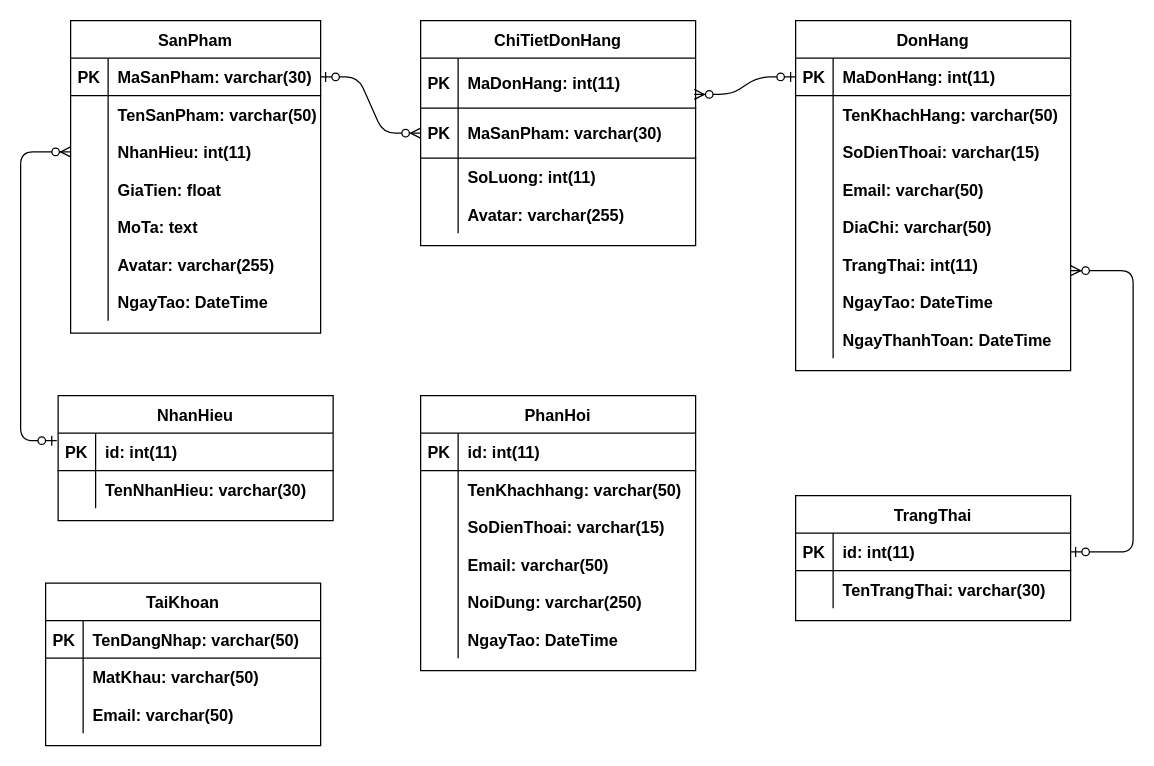
This is page "Lop" (9 of 23) of abc.drawio from TuanAnhVH/tv, a draw.io file, before an edit. Source tidied: cells renumbered, new cells numbered last; positions are measured from the earlier drawing's top-left corner, leaving out a move shared by most shapes. Both pictures are drawn from the tidied source at 125%, with x=0, y=0 at pixel (20, 20).
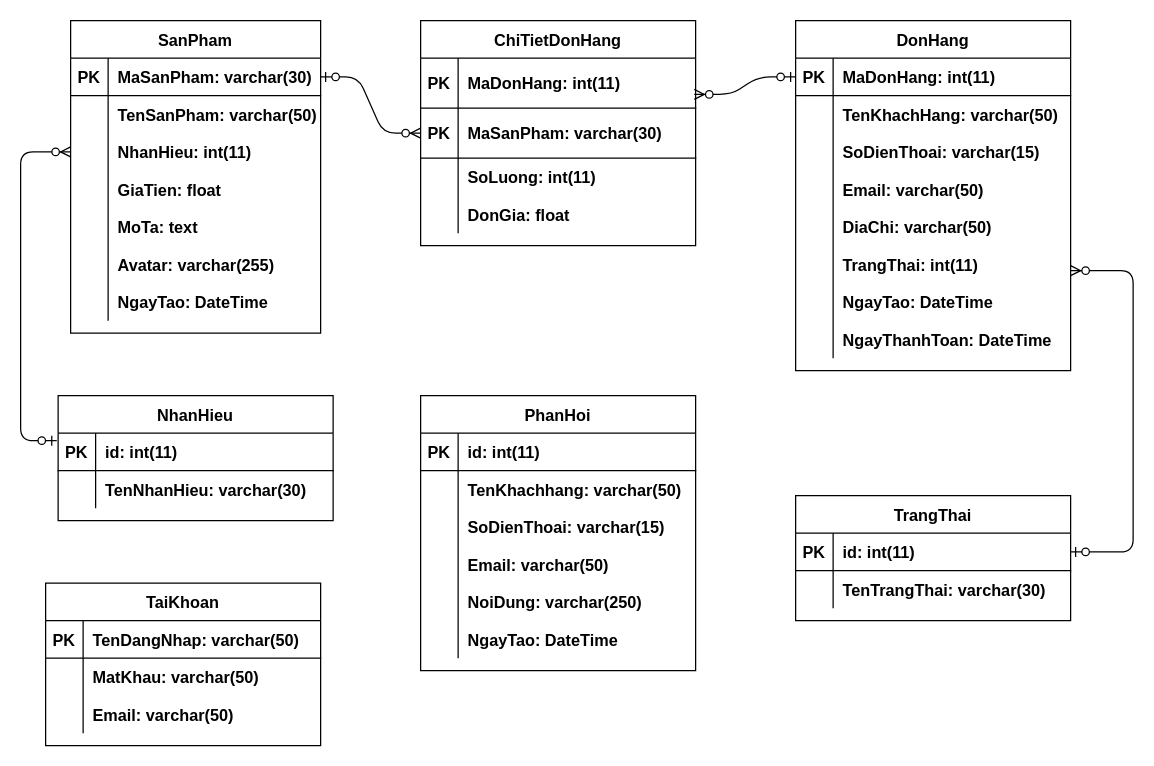
The same diagram, later.

The change refers to these unchanged cells:
```xml
<mxCell id="34" style="shape=partialRectangle;fillColor=none;top=0;left=0;bottom=0;right=0;" parent="24" vertex="1">
  <mxGeometry y="140" width="220" height="30" as="geometry" />
</mxCell>
```

Change to the diagram source:
```diff
@@
-    <mxCell id="36" value="Avatar: varchar(255)" style="shape=partialRectangle;fillColor=none;top=0;left=0;bottom=0;right=0;align=left;spacingLeft=6;overflow=hidden;fontSize=13;fontStyle=1;" parent="34" vertex="1">
+    <mxCell id="36" value="DonGia: float" style="shape=partialRectangle;fillColor=none;top=0;left=0;bottom=0;right=0;align=left;spacingLeft=6;overflow=hidden;fontSize=13;fontStyle=1;" parent="34" vertex="1">
       <mxGeometry x="30" width="190" height="30" as="geometry" />
     </mxCell>
```
